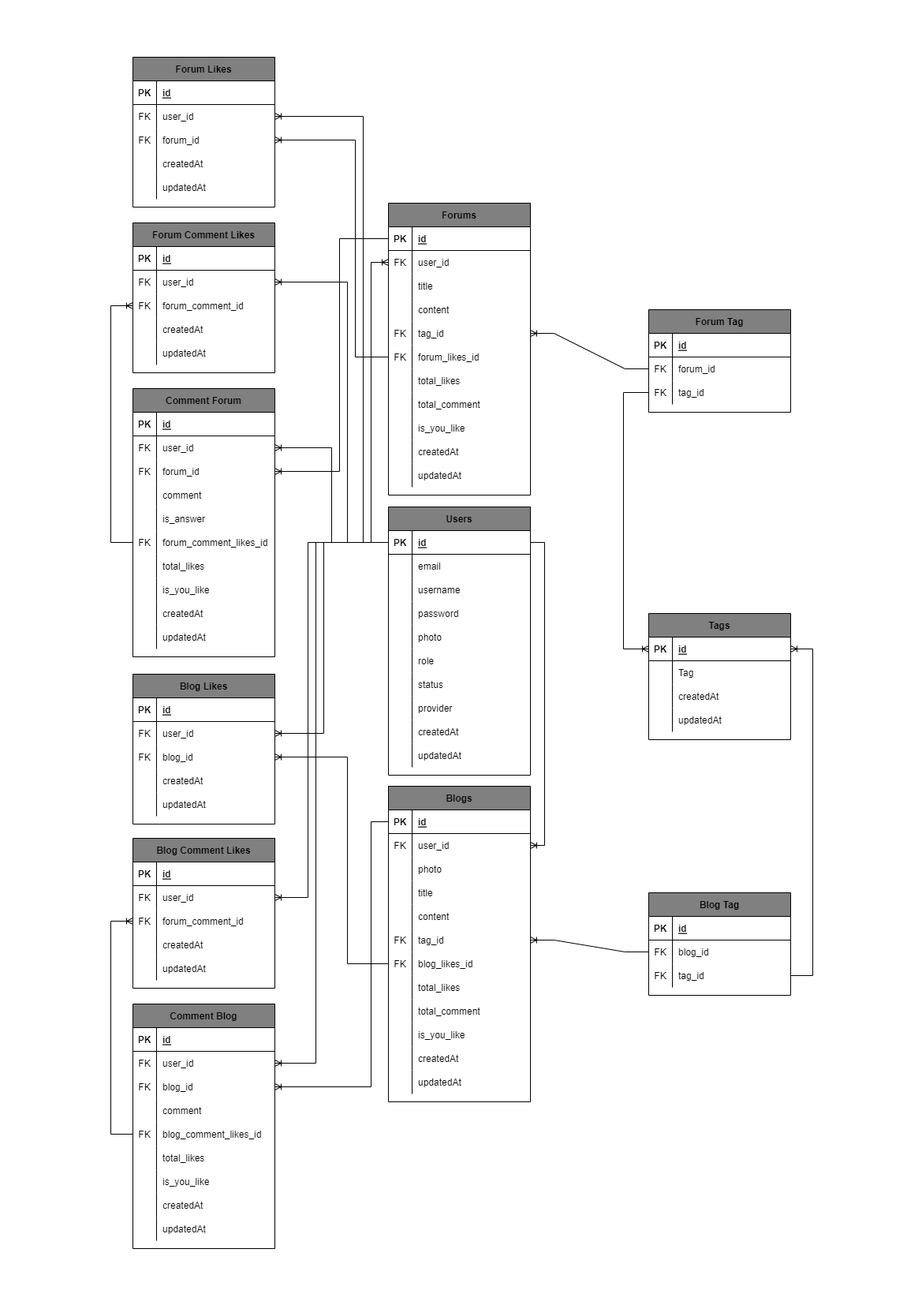
The draw.io diagram assets/CodeIn-ERD.png in nikiaprian/anjay, before a commit. Source tidied: cells renumbered, new cells last; positions are measured from the earlier drawing's top-left corner, leaving out a move shared by most shapes.
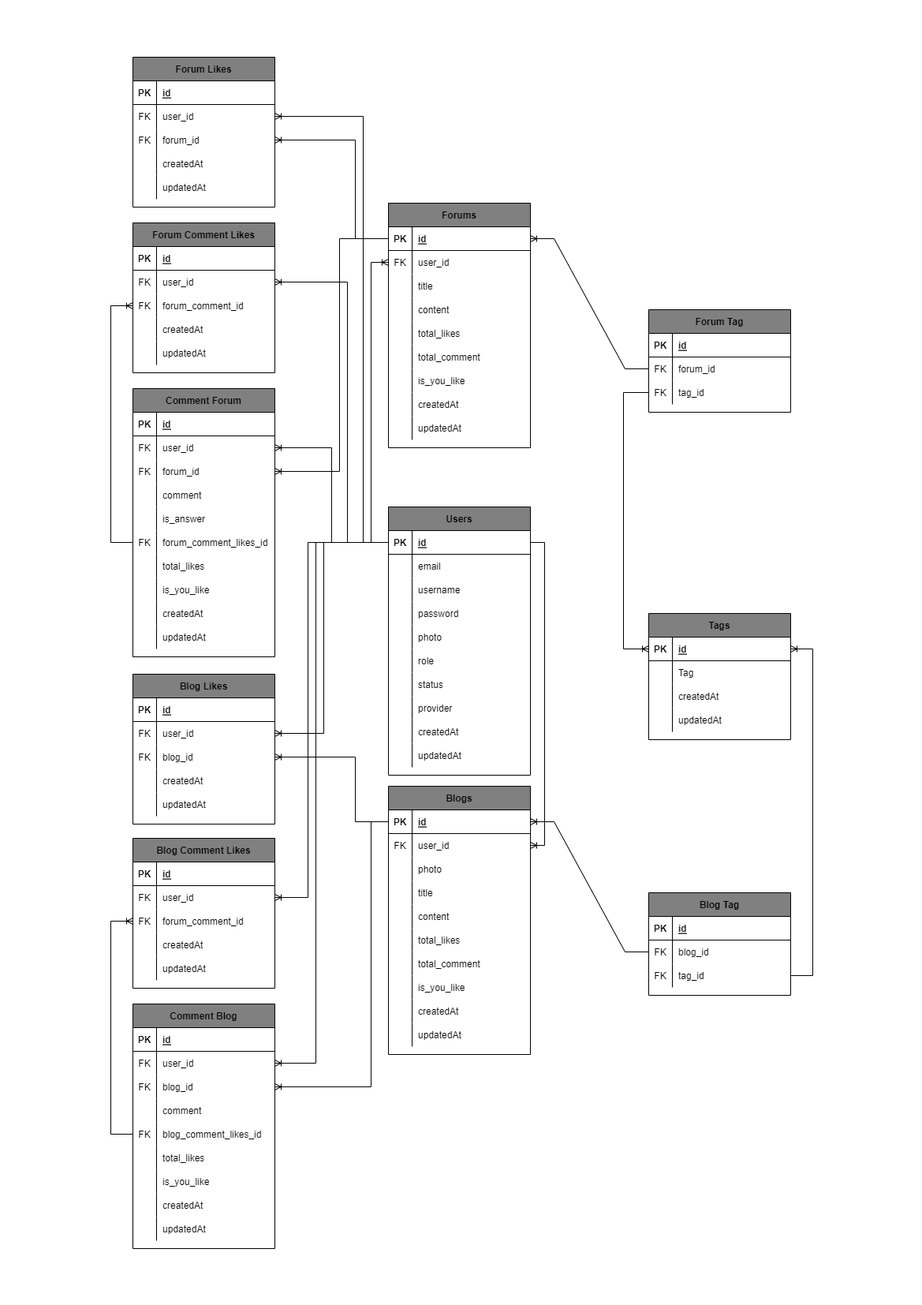
The same file after the commit.

The edit, as a diff of the source:
```diff
@@ -96,7 +96,7 @@
       <mxGeometry x="30" width="150" height="30" as="geometry" />
     </mxCell>
     <mxCell id="33" value="Forums" style="shape=table;startSize=30;rowLines=0;fontStyle=1;align=center;fillColor=#808080;" parent="1" vertex="1">
-      <mxGeometry x="352" y="185" width="180" height="370" as="geometry" />
+      <mxGeometry x="352" y="185" width="180" height="310" as="geometry" />
     </mxCell>
     <mxCell id="34" style="shape=tableRow;horizontal=0;startSize=0;swimlaneHead=0;swimlaneBody=0;fillColor=none;points=[[0,0.5],[1,0.5]];portConstraint=eastwest;top=0;left=0;right=0;bottom=1;" parent="33" vertex="1">
       <mxGeometry y="30" width="180" height="30" as="geometry" />
@@ -134,26 +134,8 @@
     <mxCell id="45" value="content" style="shape=partialRectangle;fillColor=none;top=0;left=0;bottom=0;right=0;align=left;spacingLeft=6;overflow=hidden;" parent="43" vertex="1">
       <mxGeometry x="30" width="150" height="30" as="geometry" />
     </mxCell>
-    <mxCell id="46" style="shape=tableRow;horizontal=0;startSize=0;swimlaneHead=0;swimlaneBody=0;fillColor=none;points=[[0,0.5],[1,0.5]];portConstraint=eastwest;top=0;left=0;right=0;bottom=0;" parent="33" vertex="1">
-      <mxGeometry y="150" width="180" height="30" as="geometry" />
-    </mxCell>
-    <mxCell id="47" value="FK" style="shape=partialRectangle;fillColor=none;top=0;left=0;bottom=0;right=0;overflow=hidden;" parent="46" vertex="1">
-      <mxGeometry width="30" height="30" as="geometry" />
-    </mxCell>
-    <mxCell id="48" value="tag_id" style="shape=partialRectangle;fillColor=none;top=0;left=0;bottom=0;right=0;align=left;spacingLeft=6;overflow=hidden;" parent="46" vertex="1">
-      <mxGeometry x="30" width="150" height="30" as="geometry" />
-    </mxCell>
-    <mxCell id="49" style="shape=tableRow;horizontal=0;startSize=0;swimlaneHead=0;swimlaneBody=0;fillColor=none;points=[[0,0.5],[1,0.5]];portConstraint=eastwest;top=0;left=0;right=0;bottom=0;" parent="33" vertex="1">
-      <mxGeometry y="180" width="180" height="30" as="geometry" />
-    </mxCell>
-    <mxCell id="50" value="FK" style="shape=partialRectangle;fillColor=none;top=0;left=0;bottom=0;right=0;overflow=hidden;" parent="49" vertex="1">
-      <mxGeometry width="30" height="30" as="geometry" />
-    </mxCell>
-    <mxCell id="51" value="forum_likes_id" style="shape=partialRectangle;fillColor=none;top=0;left=0;bottom=0;right=0;align=left;spacingLeft=6;overflow=hidden;" parent="49" vertex="1">
-      <mxGeometry x="30" width="150" height="30" as="geometry" />
-    </mxCell>
     <mxCell id="52" style="shape=tableRow;horizontal=0;startSize=0;swimlaneHead=0;swimlaneBody=0;fillColor=none;top=0;left=0;right=0;bottom=0;" parent="33" vertex="1">
-      <mxGeometry y="210" width="180" height="30" as="geometry" />
+      <mxGeometry y="150" width="180" height="30" as="geometry" />
     </mxCell>
     <mxCell id="53" style="shape=partialRectangle;fillColor=none;top=0;left=0;bottom=0;right=0;overflow=hidden;" parent="52" vertex="1">
       <mxGeometry width="30" height="30" as="geometry" />
@@ -162,7 +144,7 @@
       <mxGeometry x="30" width="150" height="30" as="geometry" />
     </mxCell>
     <mxCell id="55" style="shape=tableRow;horizontal=0;startSize=0;swimlaneHead=0;swimlaneBody=0;fillColor=none;top=0;left=0;right=0;bottom=0;" parent="33" vertex="1">
-      <mxGeometry y="240" width="180" height="30" as="geometry" />
+      <mxGeometry y="180" width="180" height="30" as="geometry" />
     </mxCell>
     <mxCell id="56" style="shape=partialRectangle;fillColor=none;top=0;left=0;bottom=0;right=0;overflow=hidden;" parent="55" vertex="1">
       <mxGeometry width="30" height="30" as="geometry" />
@@ -171,7 +153,7 @@
       <mxGeometry x="30" width="150" height="30" as="geometry" />
     </mxCell>
     <mxCell id="58" style="shape=tableRow;horizontal=0;startSize=0;swimlaneHead=0;swimlaneBody=0;fillColor=none;top=0;left=0;right=0;bottom=0;" parent="33" vertex="1">
-      <mxGeometry y="270" width="180" height="30" as="geometry" />
+      <mxGeometry y="210" width="180" height="30" as="geometry" />
     </mxCell>
     <mxCell id="59" style="shape=partialRectangle;fillColor=none;top=0;left=0;bottom=0;right=0;overflow=hidden;" parent="58" vertex="1">
       <mxGeometry width="30" height="30" as="geometry" />
@@ -180,7 +162,7 @@
       <mxGeometry x="30" width="150" height="30" as="geometry" />
     </mxCell>
     <mxCell id="61" style="shape=tableRow;horizontal=0;startSize=0;swimlaneHead=0;swimlaneBody=0;fillColor=none;top=0;left=0;right=0;bottom=0;" parent="33" vertex="1">
-      <mxGeometry y="300" width="180" height="30" as="geometry" />
+      <mxGeometry y="240" width="180" height="30" as="geometry" />
     </mxCell>
     <mxCell id="62" style="shape=partialRectangle;fillColor=none;top=0;left=0;bottom=0;right=0;overflow=hidden;" parent="61" vertex="1">
       <mxGeometry width="30" height="30" as="geometry" />
@@ -189,7 +171,7 @@
       <mxGeometry x="30" width="150" height="30" as="geometry" />
     </mxCell>
     <mxCell id="64" style="shape=tableRow;horizontal=0;startSize=0;swimlaneHead=0;swimlaneBody=0;fillColor=none;top=0;left=0;right=0;bottom=0;" parent="33" vertex="1">
-      <mxGeometry y="330" width="180" height="30" as="geometry" />
+      <mxGeometry y="270" width="180" height="30" as="geometry" />
     </mxCell>
     <mxCell id="65" style="shape=partialRectangle;fillColor=none;top=0;left=0;bottom=0;right=0;overflow=hidden;" parent="64" vertex="1">
       <mxGeometry width="30" height="30" as="geometry" />
@@ -456,7 +438,7 @@
       <mxGeometry x="30" width="150" height="30" as="geometry" />
     </mxCell>
     <mxCell id="153" value="Blogs" style="shape=table;startSize=30;rowLines=0;fontStyle=1;align=center;fillColor=#808080;" parent="1" vertex="1">
-      <mxGeometry x="352" y="924" width="180" height="400" as="geometry" />
+      <mxGeometry x="352" y="924" width="180" height="340" as="geometry" />
     </mxCell>
     <mxCell id="154" style="shape=tableRow;horizontal=0;startSize=0;swimlaneHead=0;swimlaneBody=0;fillColor=none;points=[[0,0.5],[1,0.5]];portConstraint=eastwest;top=0;left=0;right=0;bottom=1;" parent="153" vertex="1">
       <mxGeometry y="30" width="180" height="30" as="geometry" />
@@ -503,26 +485,8 @@
     <mxCell id="168" value="content" style="shape=partialRectangle;fillColor=none;top=0;left=0;bottom=0;right=0;align=left;spacingLeft=6;overflow=hidden;" parent="166" vertex="1">
       <mxGeometry x="30" width="150" height="30" as="geometry" />
     </mxCell>
-    <mxCell id="169" style="shape=tableRow;horizontal=0;startSize=0;swimlaneHead=0;swimlaneBody=0;fillColor=none;points=[[0,0.5],[1,0.5]];portConstraint=eastwest;top=0;left=0;right=0;bottom=0;" parent="153" vertex="1">
-      <mxGeometry y="180" width="180" height="30" as="geometry" />
-    </mxCell>
-    <mxCell id="170" value="FK" style="shape=partialRectangle;fillColor=none;top=0;left=0;bottom=0;right=0;overflow=hidden;" parent="169" vertex="1">
-      <mxGeometry width="30" height="30" as="geometry" />
-    </mxCell>
-    <mxCell id="171" value="tag_id" style="shape=partialRectangle;fillColor=none;top=0;left=0;bottom=0;right=0;align=left;spacingLeft=6;overflow=hidden;" parent="169" vertex="1">
-      <mxGeometry x="30" width="150" height="30" as="geometry" />
-    </mxCell>
-    <mxCell id="172" style="shape=tableRow;horizontal=0;startSize=0;swimlaneHead=0;swimlaneBody=0;fillColor=none;points=[[0,0.5],[1,0.5]];portConstraint=eastwest;top=0;left=0;right=0;bottom=0;" parent="153" vertex="1">
-      <mxGeometry y="210" width="180" height="30" as="geometry" />
-    </mxCell>
-    <mxCell id="173" value="FK" style="shape=partialRectangle;fillColor=none;top=0;left=0;bottom=0;right=0;overflow=hidden;" parent="172" vertex="1">
-      <mxGeometry width="30" height="30" as="geometry" />
-    </mxCell>
-    <mxCell id="174" value="blog_likes_id" style="shape=partialRectangle;fillColor=none;top=0;left=0;bottom=0;right=0;align=left;spacingLeft=6;overflow=hidden;" parent="172" vertex="1">
-      <mxGeometry x="30" width="150" height="30" as="geometry" />
-    </mxCell>
     <mxCell id="175" style="shape=tableRow;horizontal=0;startSize=0;swimlaneHead=0;swimlaneBody=0;fillColor=none;top=0;left=0;right=0;bottom=0;" parent="153" vertex="1">
-      <mxGeometry y="240" width="180" height="30" as="geometry" />
+      <mxGeometry y="180" width="180" height="30" as="geometry" />
     </mxCell>
     <mxCell id="176" style="shape=partialRectangle;fillColor=none;top=0;left=0;bottom=0;right=0;overflow=hidden;" parent="175" vertex="1">
       <mxGeometry width="30" height="30" as="geometry" />
@@ -531,7 +495,7 @@
       <mxGeometry x="30" width="150" height="30" as="geometry" />
     </mxCell>
     <mxCell id="178" style="shape=tableRow;horizontal=0;startSize=0;swimlaneHead=0;swimlaneBody=0;fillColor=none;top=0;left=0;right=0;bottom=0;" parent="153" vertex="1">
-      <mxGeometry y="270" width="180" height="30" as="geometry" />
+      <mxGeometry y="210" width="180" height="30" as="geometry" />
     </mxCell>
     <mxCell id="179" style="shape=partialRectangle;fillColor=none;top=0;left=0;bottom=0;right=0;overflow=hidden;" parent="178" vertex="1">
       <mxGeometry width="30" height="30" as="geometry" />
@@ -540,7 +504,7 @@
       <mxGeometry x="30" width="150" height="30" as="geometry" />
     </mxCell>
     <mxCell id="181" style="shape=tableRow;horizontal=0;startSize=0;swimlaneHead=0;swimlaneBody=0;fillColor=none;top=0;left=0;right=0;bottom=0;" parent="153" vertex="1">
-      <mxGeometry y="300" width="180" height="30" as="geometry" />
+      <mxGeometry y="240" width="180" height="30" as="geometry" />
     </mxCell>
     <mxCell id="182" style="shape=partialRectangle;fillColor=none;top=0;left=0;bottom=0;right=0;overflow=hidden;" parent="181" vertex="1">
       <mxGeometry width="30" height="30" as="geometry" />
@@ -549,7 +513,7 @@
       <mxGeometry x="30" width="150" height="30" as="geometry" />
     </mxCell>
     <mxCell id="184" style="shape=tableRow;horizontal=0;startSize=0;swimlaneHead=0;swimlaneBody=0;fillColor=none;top=0;left=0;right=0;bottom=0;" parent="153" vertex="1">
-      <mxGeometry y="330" width="180" height="30" as="geometry" />
+      <mxGeometry y="270" width="180" height="30" as="geometry" />
     </mxCell>
     <mxCell id="185" style="shape=partialRectangle;fillColor=none;top=0;left=0;bottom=0;right=0;overflow=hidden;" parent="184" vertex="1">
       <mxGeometry width="30" height="30" as="geometry" />
@@ -558,7 +522,7 @@
       <mxGeometry x="30" width="150" height="30" as="geometry" />
     </mxCell>
     <mxCell id="187" style="shape=tableRow;horizontal=0;startSize=0;swimlaneHead=0;swimlaneBody=0;fillColor=none;top=0;left=0;right=0;bottom=0;" parent="153" vertex="1">
-      <mxGeometry y="360" width="180" height="30" as="geometry" />
+      <mxGeometry y="300" width="180" height="30" as="geometry" />
     </mxCell>
     <mxCell id="188" style="shape=partialRectangle;fillColor=none;top=0;left=0;bottom=0;right=0;overflow=hidden;" parent="187" vertex="1">
       <mxGeometry width="30" height="30" as="geometry" />
@@ -800,10 +764,10 @@
         </Array>
       </mxGeometry>
     </mxCell>
-    <mxCell id="263" style="edgeStyle=entityRelationEdgeStyle;fontSize=12;html=1;endArrow=ERoneToMany;rounded=0;entryX=1;entryY=0.5;entryDx=0;entryDy=0;exitX=0;exitY=0.5;exitDx=0;exitDy=0;" parent="1" edge="1" source="118" target="46">
+    <mxCell id="263" style="edgeStyle=entityRelationEdgeStyle;fontSize=12;html=1;endArrow=ERoneToMany;rounded=0;entryX=1;entryY=0.5;entryDx=0;entryDy=0;exitX=0;exitY=0.5;exitDx=0;exitDy=0;" parent="1" edge="1" source="118" target="34">
       <mxGeometry relative="1" as="geometry" />
     </mxCell>
-    <mxCell id="264" style="edgeStyle=entityRelationEdgeStyle;fontSize=12;html=1;endArrow=ERoneToMany;rounded=0;entryX=1;entryY=0.5;entryDx=0;entryDy=0;" parent="1" edge="1" source="238" target="169">
+    <mxCell id="264" style="edgeStyle=entityRelationEdgeStyle;fontSize=12;html=1;endArrow=ERoneToMany;rounded=0;entryX=1;entryY=0.5;entryDx=0;entryDy=0;" parent="1" edge="1" source="238" target="154">
       <mxGeometry relative="1" as="geometry" />
     </mxCell>
     <mxCell id="265" style="edgeStyle=orthogonalEdgeStyle;fontSize=12;html=1;endArrow=ERoneToMany;rounded=0;exitX=1;exitY=0.5;exitDx=0;exitDy=0;entryX=1;entryY=0.5;entryDx=0;entryDy=0;" parent="1" edge="1" source="3" target="157">
@@ -822,10 +786,10 @@
         </Array>
       </mxGeometry>
     </mxCell>
-    <mxCell id="267" style="edgeStyle=orthogonalEdgeStyle;fontSize=12;html=1;endArrow=ERoneToMany;rounded=0;entryX=1;entryY=0.5;entryDx=0;entryDy=0;exitX=0;exitY=0.5;exitDx=0;exitDy=0;" parent="1" edge="1" source="49" target="105">
+    <mxCell id="267" style="edgeStyle=orthogonalEdgeStyle;fontSize=12;html=1;endArrow=ERoneToMany;rounded=0;entryX=1;entryY=0.5;entryDx=0;entryDy=0;exitX=0;exitY=0.5;exitDx=0;exitDy=0;" parent="1" edge="1" source="34" target="105">
       <mxGeometry relative="1" as="geometry">
         <Array as="points">
-          <mxPoint x="310" y="380" />
+          <mxPoint x="310" y="230" />
           <mxPoint x="310" y="105" />
         </Array>
       </mxGeometry>
@@ -857,11 +821,11 @@
     <mxCell id="271" style="edgeStyle=orthogonalEdgeStyle;fontSize=12;html=1;endArrow=ERoneToMany;rounded=0;entryX=1;entryY=0.5;entryDx=0;entryDy=0;exitX=0;exitY=0.5;exitDx=0;exitDy=0;" parent="1" edge="1" source="3" target="71">
       <mxGeometry relative="1" as="geometry" />
     </mxCell>
-    <mxCell id="272" style="edgeStyle=orthogonalEdgeStyle;fontSize=12;html=1;endArrow=ERoneToMany;rounded=0;entryX=1;entryY=0.5;entryDx=0;entryDy=0;exitX=0;exitY=0.5;exitDx=0;exitDy=0;" parent="1" edge="1" source="172" target="225">
+    <mxCell id="272" style="edgeStyle=orthogonalEdgeStyle;fontSize=12;html=1;endArrow=ERoneToMany;rounded=0;entryX=1;entryY=0.5;entryDx=0;entryDy=0;exitX=0;exitY=0.5;exitDx=0;exitDy=0;" parent="1" edge="1" source="154" target="225">
       <mxGeometry relative="1" as="geometry">
         <Array as="points">
-          <mxPoint x="300" y="1149" />
-          <mxPoint x="300" y="887" />
+          <mxPoint x="310" y="969" />
+          <mxPoint x="310" y="887" />
         </Array>
       </mxGeometry>
     </mxCell>
```
